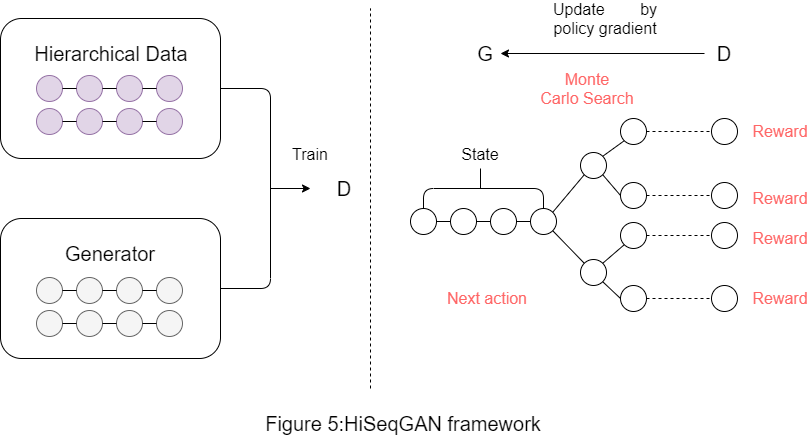
Earlier version of the draw.io export image/hiseq.png (lina2360/HiSeqGan). Source tidied: cells renumbered, new cells last; positions are measured from the earlier drawing's top-left corner, leaving out a move shared by most shapes.
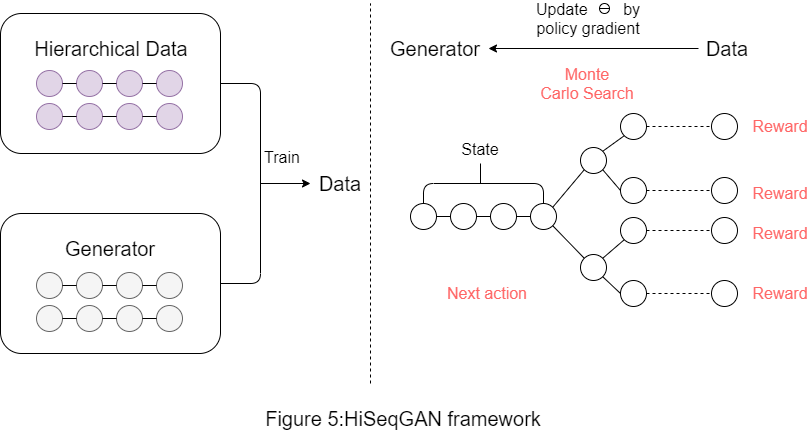
The same file after the commit.

Change to the diagram source:
```diff
@@ -17,22 +17,22 @@
     <mxCell id="5" style="endArrow=none;html=1;entryX=1;entryY=0.5;entryDx=0;entryDy=0;exitX=1;exitY=0.5;exitDx=0;exitDy=0;" parent="1" edge="1" source="3" target="2">
       <mxGeometry relative="1" as="geometry">
         <Array as="points">
-          <mxPoint x="270" y="280" />
-          <mxPoint x="270" y="80" />
+          <mxPoint x="260" y="280" />
+          <mxPoint x="260" y="80" />
         </Array>
       </mxGeometry>
     </mxCell>
     <mxCell id="6" style="endArrow=classic;html=1;" parent="1" edge="1">
       <mxGeometry relative="1" as="geometry">
-        <mxPoint x="270" y="180" as="sourcePoint" />
+        <mxPoint x="260" y="180" as="sourcePoint" />
         <mxPoint x="310" y="180" as="targetPoint" />
       </mxGeometry>
     </mxCell>
     <mxCell id="7" value="&lt;font style=&quot;font-size: 16px&quot;&gt;Train&lt;/font&gt;" style="text;html=1;strokeColor=none;fillColor=none;align=center;verticalAlign=middle;whiteSpace=wrap;rounded=0;" parent="1" vertex="1">
-      <mxGeometry x="290" y="136" width="40" height="20" as="geometry" />
+      <mxGeometry x="262" y="144" width="40" height="20" as="geometry" />
     </mxCell>
-    <mxCell id="8" value="&lt;font style=&quot;font-size: 20px&quot;&gt;D&lt;/font&gt;" style="text;html=1;strokeColor=none;fillColor=none;align=center;verticalAlign=middle;whiteSpace=wrap;rounded=0;dashed=1;" parent="1" vertex="1">
-      <mxGeometry x="324" y="170" width="40" height="20" as="geometry" />
+    <mxCell id="8" value="&lt;font style=&quot;font-size: 20px&quot;&gt;Data&lt;/font&gt;" style="text;html=1;strokeColor=none;fillColor=none;align=center;verticalAlign=middle;whiteSpace=wrap;rounded=0;dashed=1;" parent="1" vertex="1">
+      <mxGeometry x="320" y="170" width="40" height="20" as="geometry" />
     </mxCell>
     <mxCell id="9" value="&lt;font style=&quot;font-size: 20px&quot;&gt;Hierarchical Data&lt;/font&gt;" style="text;html=1;strokeColor=none;fillColor=none;align=center;verticalAlign=middle;whiteSpace=wrap;rounded=0;dashed=1;" parent="1" vertex="1">
       <mxGeometry x="21" y="35" width="180" height="20" as="geometry" />
@@ -237,17 +237,20 @@
     <mxCell id="73" style="endArrow=none;html=1;exitX=1;exitY=0.5;exitDx=0;exitDy=0;entryX=0;entryY=0.5;entryDx=0;entryDy=0;" parent="1" edge="1" source="69" target="70">
       <mxGeometry relative="1" as="geometry" />
     </mxCell>
-    <mxCell id="74" value="&lt;span style=&quot;font-size: 20px&quot;&gt;G&lt;/span&gt;" style="text;html=1;strokeColor=none;fillColor=none;align=center;verticalAlign=middle;whiteSpace=wrap;rounded=0;dashed=1;" parent="1" vertex="1">
-      <mxGeometry x="470" y="35" width="30" height="20" as="geometry" />
+    <mxCell id="74" value="&lt;font style=&quot;font-size: 20px&quot;&gt;Generator&lt;/font&gt;" style="text;html=1;strokeColor=none;fillColor=none;align=center;verticalAlign=middle;whiteSpace=wrap;rounded=0;dashed=1;" parent="1" vertex="1">
+      <mxGeometry x="420" y="35" width="30" height="20" as="geometry" />
     </mxCell>
-    <mxCell id="75" value="&lt;font style=&quot;font-size: 20px&quot;&gt;D&lt;/font&gt;" style="text;html=1;strokeColor=none;fillColor=none;align=center;verticalAlign=middle;whiteSpace=wrap;rounded=0;dashed=1;" parent="1" vertex="1">
-      <mxGeometry x="704" y="35" width="40" height="20" as="geometry" />
+    <mxCell id="75" value="&lt;font style=&quot;font-size: 20px&quot;&gt;Data&lt;/font&gt;" style="text;html=1;strokeColor=none;fillColor=none;align=center;verticalAlign=middle;whiteSpace=wrap;rounded=0;dashed=1;" parent="1" vertex="1">
+      <mxGeometry x="707" y="35" width="40" height="20" as="geometry" />
     </mxCell>
-    <mxCell id="76" style="endArrow=classic;html=1;exitX=0;exitY=0.5;exitDx=0;exitDy=0;entryX=1;entryY=0.5;entryDx=0;entryDy=0;" parent="1" edge="1" source="75" target="74">
-      <mxGeometry relative="1" as="geometry" />
+    <mxCell id="76" style="endArrow=classic;html=1;" parent="1" edge="1">
+      <mxGeometry relative="1" as="geometry">
+        <mxPoint x="698" y="45" as="sourcePoint" />
+        <mxPoint x="488" y="45" as="targetPoint" />
+      </mxGeometry>
     </mxCell>
     <mxCell id="77" value="&lt;font style=&quot;font-size: 16px&quot;&gt;Update&amp;nbsp; &amp;nbsp; &amp;nbsp; &amp;nbsp; by policy gradient&lt;/font&gt;" style="text;html=1;strokeColor=none;fillColor=none;align=center;verticalAlign=middle;whiteSpace=wrap;rounded=0;" parent="1" vertex="1">
-      <mxGeometry x="540" width="130" height="20" as="geometry" />
+      <mxGeometry x="523" y="5" width="130" height="20" as="geometry" />
     </mxCell>
     <mxCell id="78" value="&lt;font style=&quot;font-size: 16px&quot; color=&quot;#ff6666&quot;&gt;Next action&lt;/font&gt;" style="text;html=1;strokeColor=none;fillColor=none;align=center;verticalAlign=middle;whiteSpace=wrap;rounded=0;" parent="1" vertex="1">
       <mxGeometry x="432" y="282.5" width="110" height="15" as="geometry" />
@@ -255,5 +258,8 @@
     <mxCell id="79" value="&lt;div style=&quot;font-size: 16px&quot;&gt;&lt;font style=&quot;font-size: 16px&quot; color=&quot;#ff6666&quot;&gt;Monte&lt;/font&gt;&lt;/div&gt;&lt;div style=&quot;font-size: 16px&quot;&gt;&lt;font style=&quot;font-size: 16px&quot; color=&quot;#ff6666&quot;&gt;Carlo Search&lt;/font&gt;&lt;/div&gt;" style="text;html=1;strokeColor=none;fillColor=none;align=center;verticalAlign=middle;whiteSpace=wrap;rounded=0;" parent="1" vertex="1">
       <mxGeometry x="530" y="70" width="114" height="20" as="geometry" />
     </mxCell>
+    <mxCell id="80" style="shape=lineEllipse;perimeter=ellipsePerimeter;whiteSpace=wrap;html=1;backgroundOutline=1;fillColor=none;" parent="1" vertex="1">
+      <mxGeometry x="599" width="10" height="10" as="geometry" />
+    </mxCell>
   </root>
 </mxGraphModel>
```
